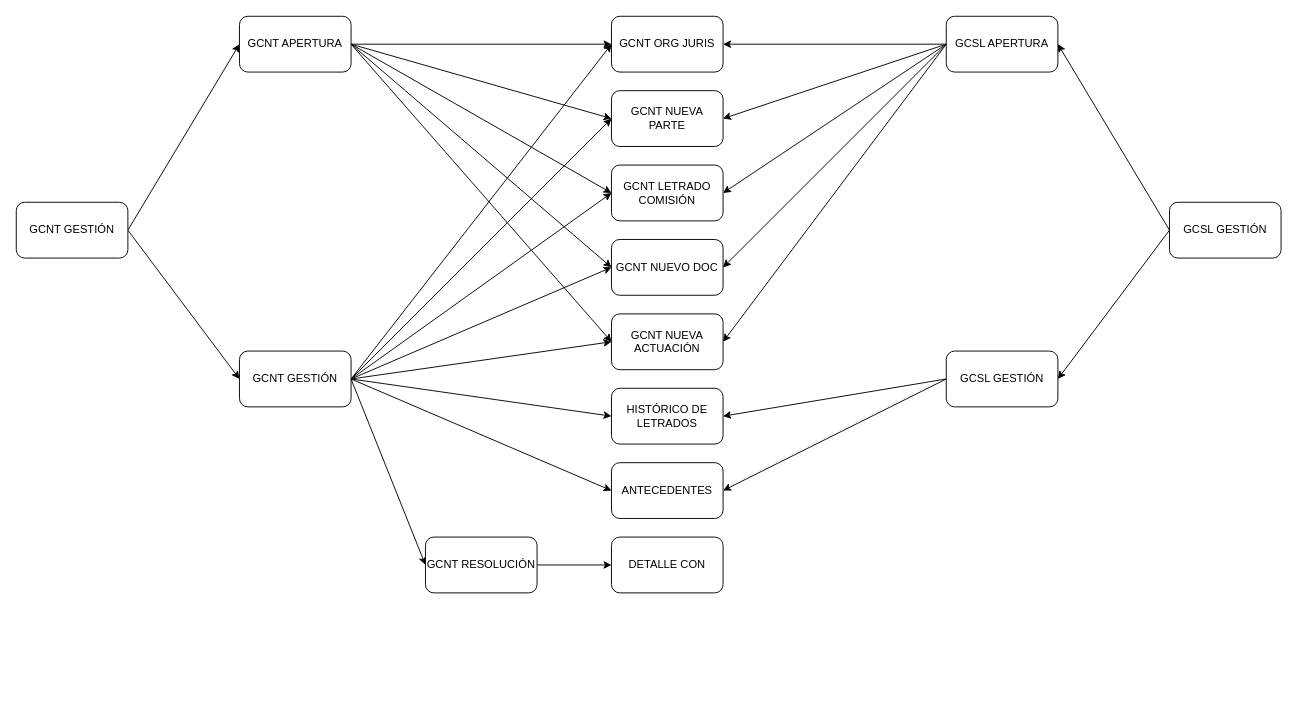
This is mierdas.drawio from rlop666/diagramas, a draw.io file, before an edit. Source tidied: cells renumbered, new cells numbered last; positions are measured from the earlier drawing's top-left corner, leaving out a move shared by most shapes. Both pictures are drawn from the tidied source at 93%, with x=0, y=0 at pixel (16, 16).
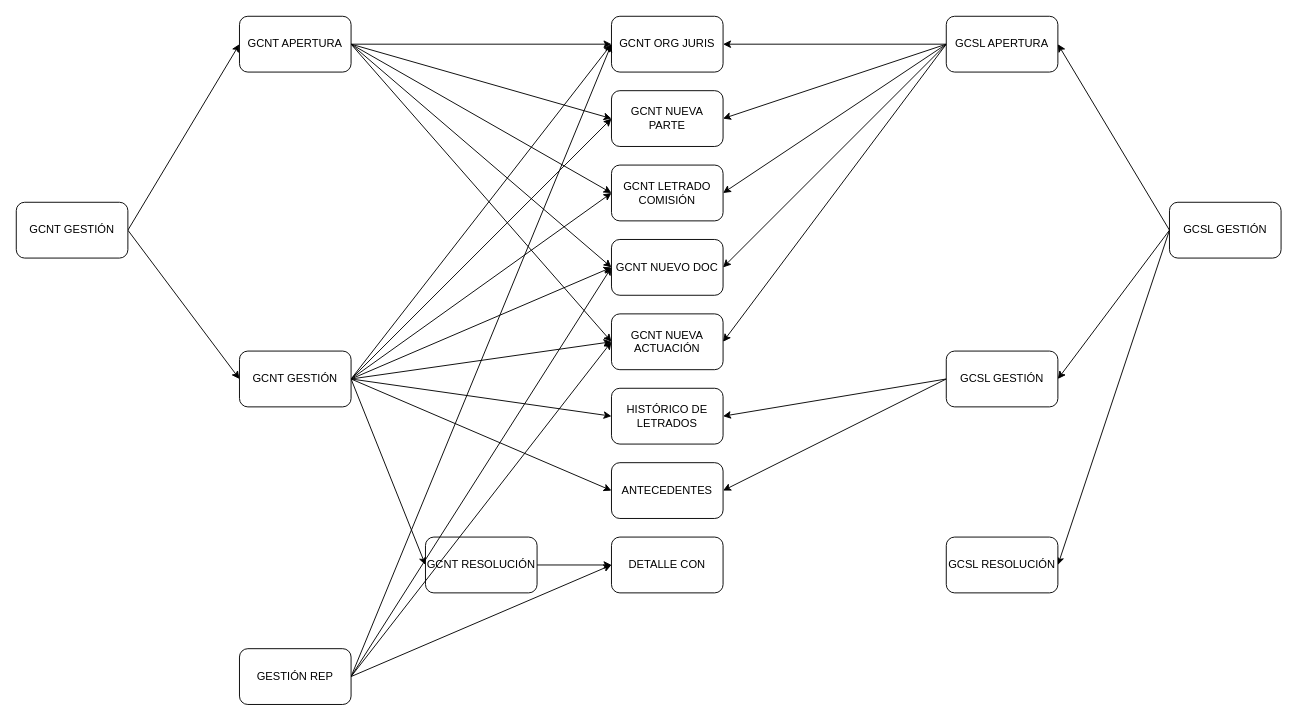
Above is the later version.

Unchanged cells that the change refers to:
```xml
<mxCell id="12" value="GCNT ORG JURIS" style="rounded=1;whiteSpace=wrap;html=1;" parent="1" vertex="1">
  <mxGeometry x="640" width="120" height="60" as="geometry" />
</mxCell>
<mxCell id="14" value="GCNT NUEVO DOC" style="rounded=1;whiteSpace=wrap;html=1;" parent="1" vertex="1">
  <mxGeometry x="640" y="240" width="120" height="60" as="geometry" />
</mxCell>
<mxCell id="15" value="GCNT NUEVA ACTUACIÓN" style="rounded=1;whiteSpace=wrap;html=1;" parent="1" vertex="1">
  <mxGeometry x="640" y="320" width="120" height="60" as="geometry" />
</mxCell>
<mxCell id="27" value="DETALLE CON" style="rounded=1;whiteSpace=wrap;html=1;" parent="1" vertex="1">
  <mxGeometry x="640" y="560" width="120" height="60" as="geometry" />
</mxCell>
<mxCell id="38" value="GCSL GESTIÓN" style="rounded=1;whiteSpace=wrap;html=1;" parent="1" vertex="1">
  <mxGeometry x="1240" y="200" width="120" height="60" as="geometry" />
</mxCell>
```

Diff of the diagram source:
```diff
@@
+    <mxCell id="42" style="rounded=0;jettySize=auto;html=1;entryX=1;entryY=0.5;entryDx=0;entryDy=0;exitX=0;exitY=0.5;exitDx=0;exitDy=0;" parent="1" edge="1" source="38" target="43">
+      <mxGeometry relative="1" as="geometry" />
+    </mxCell>
@@
+    <mxCell id="43" value="GCSL RESOLUCIÓN" style="rounded=1;whiteSpace=wrap;html=1;" parent="1" vertex="1">
+      <mxGeometry x="1000" y="560" width="120" height="60" as="geometry" />
+    </mxCell>
+    <mxCell id="44" style="rounded=0;jettySize=auto;html=1;entryX=0;entryY=0.5;entryDx=0;entryDy=0;exitX=1;exitY=0.5;exitDx=0;exitDy=0;" parent="1" edge="1" source="48" target="14">
+      <mxGeometry relative="1" as="geometry" />
+    </mxCell>
+    <mxCell id="45" style="rounded=0;jettySize=auto;html=1;entryX=0;entryY=0.5;entryDx=0;entryDy=0;exitX=1;exitY=0.5;exitDx=0;exitDy=0;" parent="1" edge="1" source="48" target="15">
+      <mxGeometry relative="1" as="geometry" />
+    </mxCell>
+    <mxCell id="46" style="rounded=0;jettySize=auto;html=1;entryX=0;entryY=0.5;entryDx=0;entryDy=0;exitX=1;exitY=0.5;exitDx=0;exitDy=0;" parent="1" edge="1" source="48" target="27">
+      <mxGeometry relative="1" as="geometry" />
+    </mxCell>
+    <mxCell id="47" style="rounded=0;jettySize=auto;html=1;entryX=0;entryY=0.5;entryDx=0;entryDy=0;exitX=1;exitY=0.5;exitDx=0;exitDy=0;" parent="1" edge="1" source="48" target="12">
+      <mxGeometry relative="1" as="geometry" />
+    </mxCell>
+    <mxCell id="48" value="GESTIÓN REP" style="rounded=1;whiteSpace=wrap;html=1;" parent="1" vertex="1">
+      <mxGeometry x="240" y="680" width="120" height="60" as="geometry" />
+    </mxCell>
```
